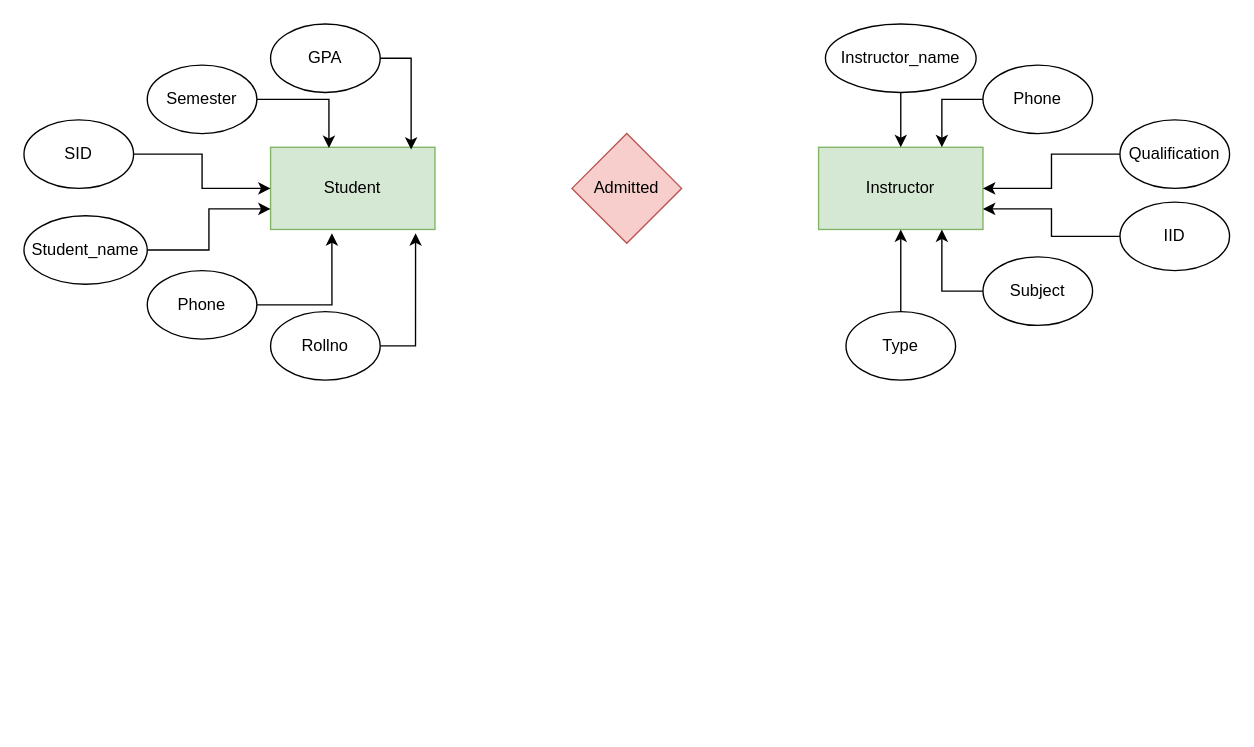
The draw.io diagram database.drawio in sujalthakuri/h, before the edit. Source tidied: cells renumbered, new cells numbered last; positions are measured from the earlier drawing's top-left corner, leaving out a move shared by most shapes. Both pictures are drawn from the tidied source at 137%, with x=0, y=0 at pixel (23, 23).
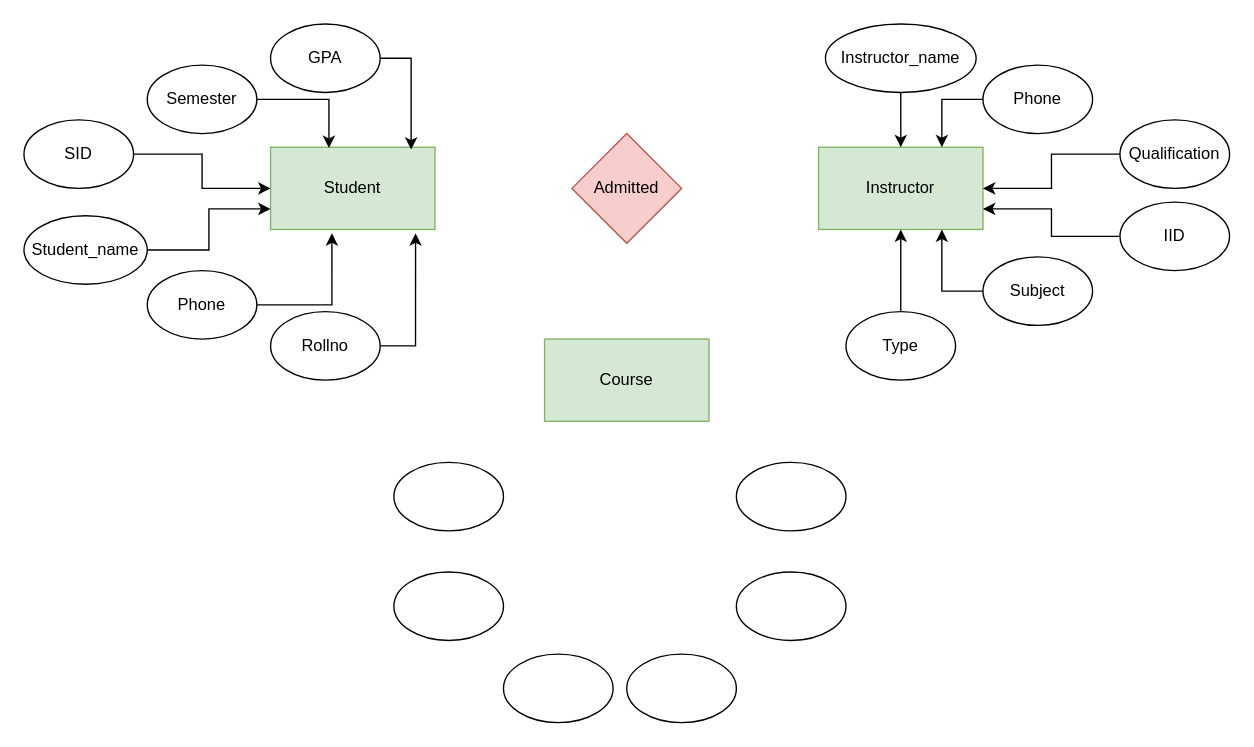
After the change.

Commit message:
course figures created

The edit, as a diff of the source:
```diff
@@
+    <mxCell id="29" value="Course" style="rounded=0;whiteSpace=wrap;html=1;fillColor=#d5e8d4;strokeColor=#82b366;" parent="1" vertex="1">
+      <mxGeometry x="380" y="230" width="120" height="60" as="geometry" />
+    </mxCell>
+    <mxCell id="30" style="ellipse;whiteSpace=wrap;html=1;" parent="1" vertex="1">
+      <mxGeometry x="350" y="460" width="80" height="50" as="geometry" />
+    </mxCell>
+    <mxCell id="31" style="ellipse;whiteSpace=wrap;html=1;" parent="1" vertex="1">
+      <mxGeometry x="270" y="320" width="80" height="50" as="geometry" />
+    </mxCell>
+    <mxCell id="32" style="ellipse;whiteSpace=wrap;html=1;" parent="1" vertex="1">
+      <mxGeometry x="270" y="400" width="80" height="50" as="geometry" />
+    </mxCell>
+    <mxCell id="33" style="ellipse;whiteSpace=wrap;html=1;" parent="1" vertex="1">
+      <mxGeometry x="520" y="400" width="80" height="50" as="geometry" />
+    </mxCell>
+    <mxCell id="34" style="ellipse;whiteSpace=wrap;html=1;" parent="1" vertex="1">
+      <mxGeometry x="440" y="460" width="80" height="50" as="geometry" />
+    </mxCell>
+    <mxCell id="35" style="ellipse;whiteSpace=wrap;html=1;" parent="1" vertex="1">
+      <mxGeometry x="520" y="320" width="80" height="50" as="geometry" />
+    </mxCell>
```
